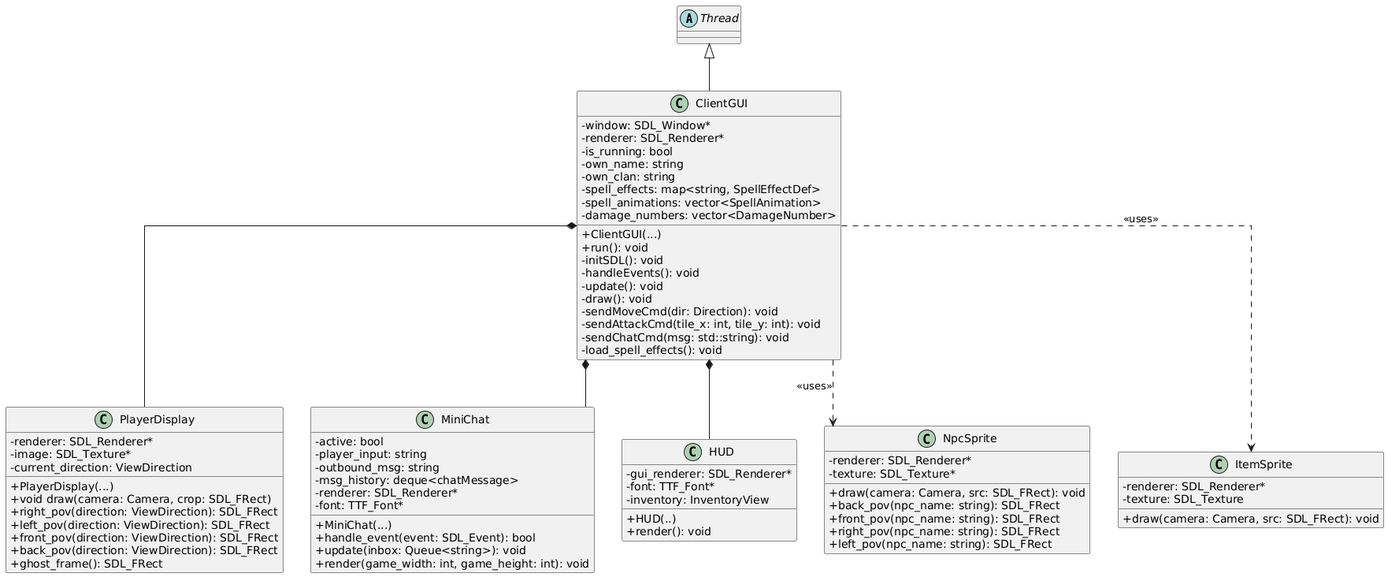
Above: docs/diagrams_png/clientGUI.png in juanbalella20/Tp---final-Taller-de-programacion- (PlantUML), before the change.
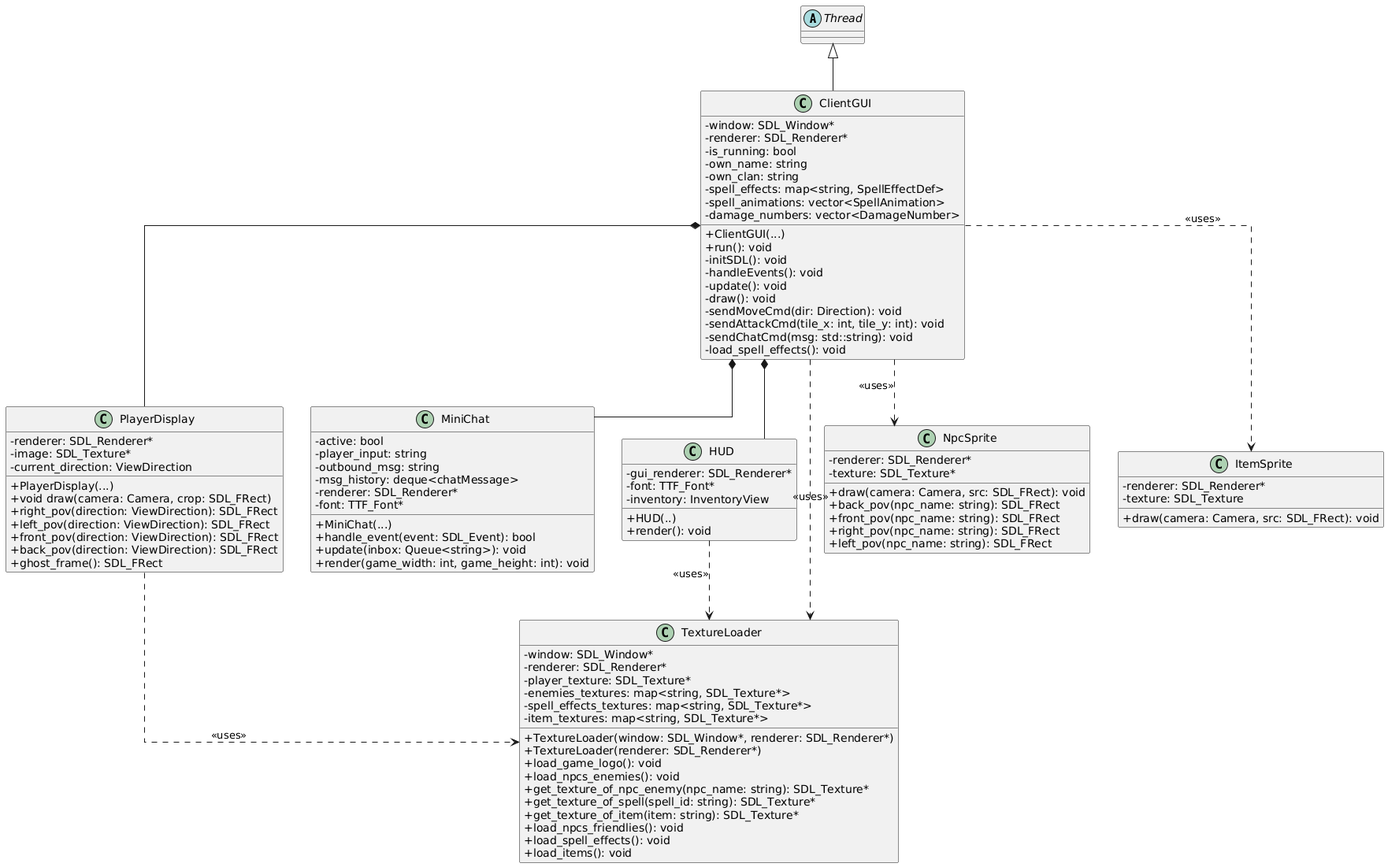
Above is the later version.

Commit message:
actualizo diagrama

What changed in the source:
```diff
@@ -80,6 +80,26 @@
     + draw(camera: Camera, src: SDL_FRect): void
 }
 
+class TextureLoader {
+    - window: SDL_Window*
+    - renderer: SDL_Renderer*
+    - player_texture: SDL_Texture*
+    - enemies_textures: map<string, SDL_Texture*>
+    - spell_effects_textures: map<string, SDL_Texture*>
+    - item_textures: map<string, SDL_Texture*>
+
+    + TextureLoader(window: SDL_Window*, renderer: SDL_Renderer*)
+    + TextureLoader(renderer: SDL_Renderer*)
+    + load_game_logo(): void
+    + load_npcs_enemies(): void
+    + get_texture_of_npc_enemy(npc_name: string): SDL_Texture*
+    + get_texture_of_spell(spell_id: string): SDL_Texture*
+    + get_texture_of_item(item: string): SDL_Texture*
+    + load_npcs_friendlies(): void
+    + load_spell_effects(): void
+    + load_items(): void
+}
+
 ClientGUI -up-|> Thread
 
 ClientGUI *-- MiniChat
@@ -88,4 +108,7 @@
 
 ClientGUI ..> NpcSprite : <<uses>>
 ClientGUI ..> ItemSprite : <<uses>>
+ClientGUI ..> TextureLoader : <<uses>>
+HUD ..> TextureLoader : <<uses>>
+PlayerDisplay ..> TextureLoader : <<uses>>
 @enduml
```
